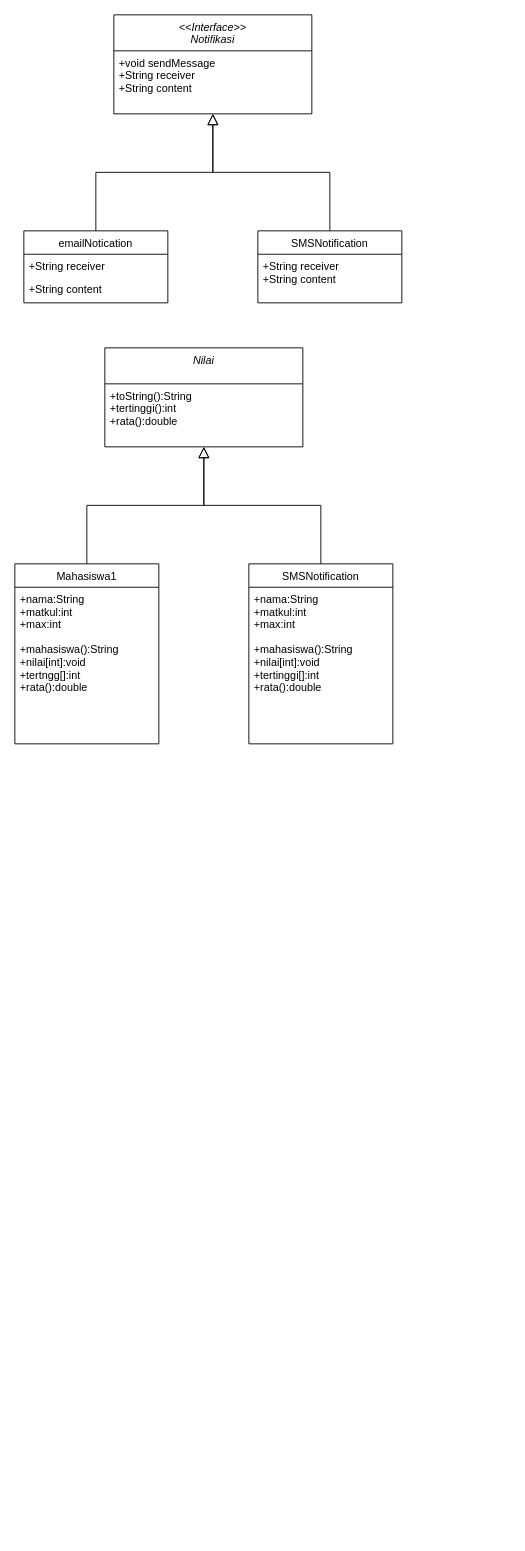
The draw.io diagram Untitled Diagram.drawio in LadyGabriellaNB/ProjectUTS_BPWL, before the edit. Source tidied: cells renumbered, new cells numbered last; positions are measured from the earlier drawing's top-left corner, leaving out a move shared by most shapes. Both pictures are drawn from the tidied source at 90%, with x=0, y=0 at pixel (14, 14).
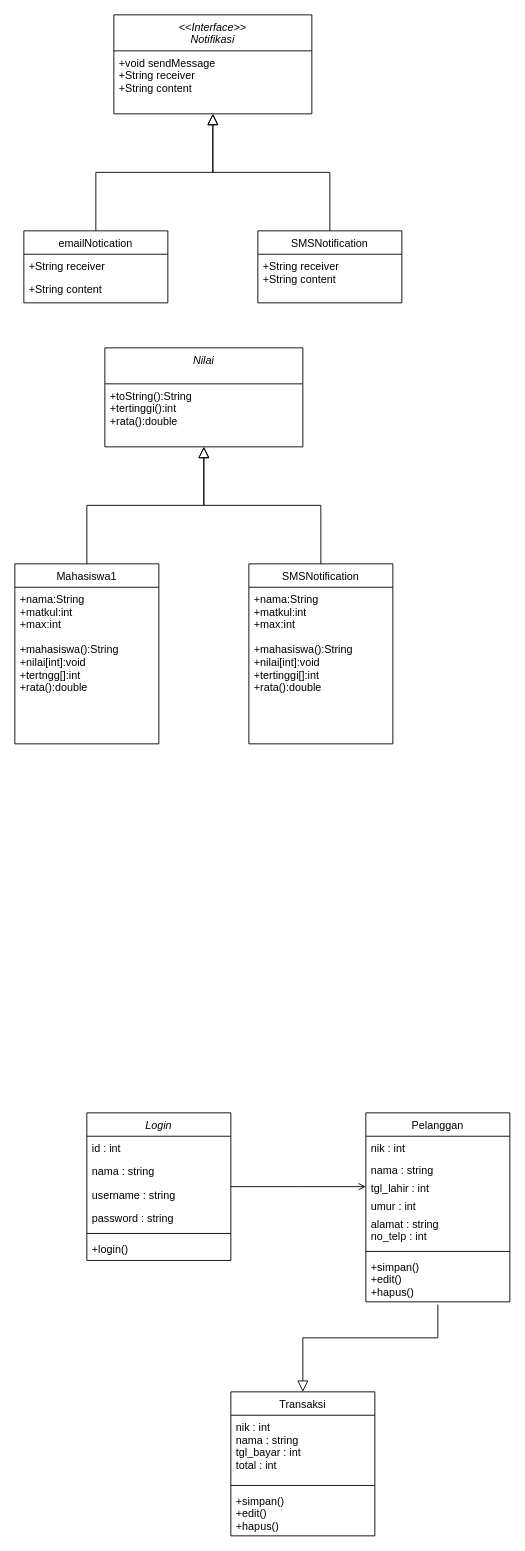
The same page after the edit.

What changed in the source:
```diff
@@
-<mxGraphModel>
+<mxGraphModel background="#ffffff">
@@
+    <mxCell id="19" value="Login" style="swimlane;fontStyle=2;align=center;verticalAlign=top;horizontal=1;startSize=26;rounded=0;shadow=0;strokeWidth=1;" parent="1" vertex="1">
+      <mxGeometry x="80" y="1220" width="160" height="164" as="geometry" />
+    </mxCell>
+    <mxCell id="20" value="id : int" style="text;align=left;verticalAlign=top;spacingLeft=4;spacingRight=4;overflow=hidden;" parent="19" vertex="1">
+      <mxGeometry y="26" width="160" height="26" as="geometry" />
+    </mxCell>
+    <mxCell id="21" value="nama : string" style="text;align=left;verticalAlign=top;spacingLeft=4;spacingRight=4;overflow=hidden;rounded=0;shadow=0;html=0;" parent="19" vertex="1">
+      <mxGeometry y="52" width="160" height="26" as="geometry" />
+    </mxCell>
+    <mxCell id="22" value="username : string" style="text;align=left;verticalAlign=top;spacingLeft=4;spacingRight=4;overflow=hidden;rounded=0;shadow=0;html=0;" parent="19" vertex="1">
+      <mxGeometry y="78" width="160" height="26" as="geometry" />
+    </mxCell>
+    <mxCell id="23" value="password : string" style="text;align=left;verticalAlign=top;spacingLeft=4;spacingRight=4;overflow=hidden;rounded=0;shadow=0;html=0;" parent="19" vertex="1">
+      <mxGeometry y="104" width="160" height="26" as="geometry" />
+    </mxCell>
+    <mxCell id="24" style="line;html=1;strokeWidth=1;align=left;verticalAlign=middle;spacingTop=-1;spacingLeft=3;spacingRight=3;labelPosition=right;" parent="19" vertex="1">
+      <mxGeometry y="130" width="160" height="8" as="geometry" />
+    </mxCell>
+    <mxCell id="25" value="+login()" style="text;align=left;verticalAlign=top;spacingLeft=4;spacingRight=4;overflow=hidden;" parent="19" vertex="1">
+      <mxGeometry y="138" width="160" height="26" as="geometry" />
+    </mxCell>
+    <mxCell id="26" value="Transaksi" style="swimlane;fontStyle=0;align=center;verticalAlign=top;horizontal=1;startSize=26;rounded=0;shadow=0;strokeWidth=1;" parent="1" vertex="1">
+      <mxGeometry x="240" y="1530" width="160" height="160" as="geometry" />
+    </mxCell>
+    <mxCell id="27" value="nik : int&#10;nama : string&#10;tgl_bayar : int&#10;total : int&#10;" style="text;align=left;verticalAlign=top;spacingLeft=4;spacingRight=4;overflow=hidden;" parent="26" vertex="1">
+      <mxGeometry y="26" width="160" height="74" as="geometry" />
+    </mxCell>
+    <mxCell id="28" style="line;html=1;strokeWidth=1;align=left;verticalAlign=middle;spacingTop=-1;spacingLeft=3;spacingRight=3;labelPosition=right;" parent="26" vertex="1">
+      <mxGeometry y="100" width="160" height="8" as="geometry" />
+    </mxCell>
+    <mxCell id="29" value="+simpan()&#10;+edit()&#10;+hapus()" style="text;align=left;verticalAlign=top;spacingLeft=4;spacingRight=4;overflow=hidden;" parent="26" vertex="1">
+      <mxGeometry y="108" width="160" height="52" as="geometry" />
+    </mxCell>
+    <mxCell id="30" style="endArrow=block;endSize=10;endFill=0;shadow=0;strokeWidth=1;rounded=0;edgeStyle=elbowEdgeStyle;elbow=vertical;entryX=0.5;entryY=0;entryDx=0;entryDy=0;" parent="1" edge="1" target="26">
+      <mxGeometry relative="1" as="geometry">
+        <mxPoint x="470" y="1433" as="sourcePoint" />
+        <Array as="points">
+          <mxPoint x="400" y="1470" />
+        </Array>
+      </mxGeometry>
+    </mxCell>
+    <mxCell id="31" value="Pelanggan" style="swimlane;fontStyle=0;align=center;verticalAlign=top;horizontal=1;startSize=26;rounded=0;shadow=0;strokeWidth=1;" parent="1" vertex="1">
+      <mxGeometry x="390" y="1220" width="160" height="210" as="geometry" />
+    </mxCell>
+    <mxCell id="32" value="nik : int" style="text;align=left;verticalAlign=top;spacingLeft=4;spacingRight=4;overflow=hidden;" parent="31" vertex="1">
+      <mxGeometry y="26" width="160" height="24" as="geometry" />
+    </mxCell>
+    <mxCell id="33" value="nama : string" style="text;align=left;verticalAlign=top;spacingLeft=4;spacingRight=4;overflow=hidden;rounded=0;shadow=0;html=0;" parent="31" vertex="1">
+      <mxGeometry y="50" width="160" height="20" as="geometry" />
+    </mxCell>
+    <mxCell id="34" value="tgl_lahir : int" style="text;align=left;verticalAlign=top;spacingLeft=4;spacingRight=4;overflow=hidden;rounded=0;shadow=0;html=0;" parent="31" vertex="1">
+      <mxGeometry y="70" width="160" height="20" as="geometry" />
+    </mxCell>
+    <mxCell id="35" value="umur : int" style="text;align=left;verticalAlign=top;spacingLeft=4;spacingRight=4;overflow=hidden;rounded=0;shadow=0;html=0;" parent="31" vertex="1">
+      <mxGeometry y="90" width="160" height="20" as="geometry" />
+    </mxCell>
+    <mxCell id="36" value="alamat : string&#10;no_telp : int" style="text;align=left;verticalAlign=top;spacingLeft=4;spacingRight=4;overflow=hidden;rounded=0;shadow=0;html=0;" parent="31" vertex="1">
+      <mxGeometry y="110" width="160" height="40" as="geometry" />
+    </mxCell>
+    <mxCell id="37" style="line;html=1;strokeWidth=1;align=left;verticalAlign=middle;spacingTop=-1;spacingLeft=3;spacingRight=3;labelPosition=right;" parent="31" vertex="1">
+      <mxGeometry y="150" width="160" height="8" as="geometry" />
+    </mxCell>
+    <mxCell id="38" value="+simpan()&#10;+edit()&#10;+hapus()" style="text;align=left;verticalAlign=top;spacingLeft=4;spacingRight=4;overflow=hidden;" parent="31" vertex="1">
+      <mxGeometry y="158" width="160" height="52" as="geometry" />
+    </mxCell>
+    <mxCell id="39" style="endArrow=open;shadow=0;strokeWidth=1;rounded=0;endFill=1;edgeStyle=elbowEdgeStyle;elbow=vertical;" parent="1" edge="1" source="19" target="31">
+      <mxGeometry x="0.5" y="41" relative="1" as="geometry">
+        <mxPoint x="-40" y="32" as="offset" />
+      </mxGeometry>
+    </mxCell>
```
